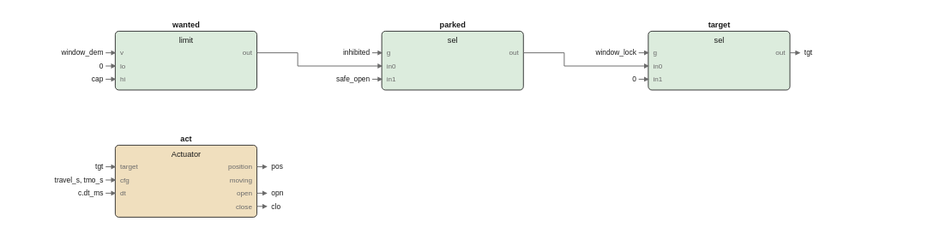
Above: images/logic/windows_fbd.drawio.svg in pstch/botanik2 (draw.io), before the change. Source tidied: cells renumbered, new cells last; positions are measured from the earlier drawing's top-left corner, leaving out a move shared by most shapes.
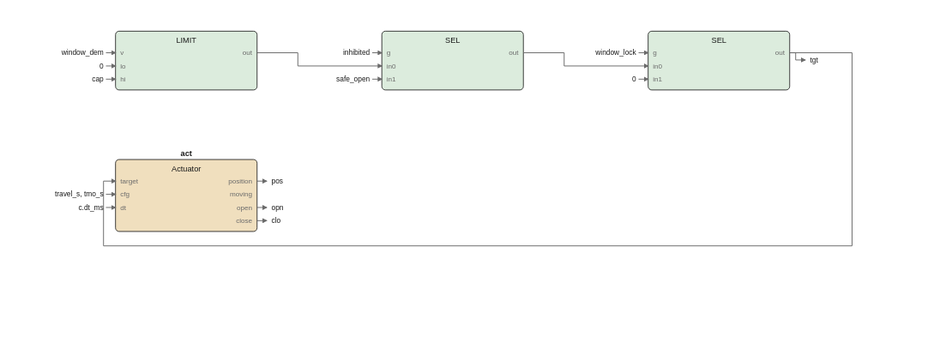
The same file after the commit.

What changed in the source:
```diff
@@ -7,114 +7,126 @@
     </mxCell>
-    <mxCell id="3" value="wanted" style="text;html=1;fontSize=6;fontColor=#1a1a1a;align=center;fontStyle=1;" parent="1" vertex="1">
-      <mxGeometry x="69" y="0.4" width="40" height="10.6" as="geometry" />
+    <mxCell id="3" value="LIMIT" style="text;html=1;fontSize=6;fontColor=#1a1a1a;align=center;" parent="1" vertex="1">
+      <mxGeometry x="69" y="13.4" width="40" height="10.6" as="geometry" />
     </mxCell>
-    <mxCell id="4" value="limit" style="text;html=1;fontSize=6;fontColor=#1a1a1a;align=center;" parent="1" vertex="1">
-      <mxGeometry x="69" y="13.4" width="40" height="10.6" as="geometry" />
+    <mxCell id="4" value="v" style="text;html=1;fontSize=5;fontColor=#6b6b6b;align=left;" parent="1" vertex="1">
+      <mxGeometry x="14" y="24.2" width="40" height="9.8" as="geometry" />
     </mxCell>
-    <mxCell id="5" value="v" style="text;html=1;fontSize=5;fontColor=#6b6b6b;align=left;" parent="1" vertex="1">
-      <mxGeometry x="14" y="24.2" width="40" height="9.8" as="geometry" />
+    <mxCell id="5" value="lo" style="text;html=1;fontSize=5;fontColor=#6b6b6b;align=left;" parent="1" vertex="1">
+      <mxGeometry x="14" y="35.2" width="40" height="9.8" as="geometry" />
     </mxCell>
-    <mxCell id="6" value="lo" style="text;html=1;fontSize=5;fontColor=#6b6b6b;align=left;" parent="1" vertex="1">
-      <mxGeometry x="14" y="35.2" width="40" height="9.8" as="geometry" />
+    <mxCell id="6" value="hi" style="text;html=1;fontSize=5;fontColor=#6b6b6b;align=left;" parent="1" vertex="1">
+      <mxGeometry x="14" y="46.2" width="40" height="9.8" as="geometry" />
     </mxCell>
-    <mxCell id="7" value="hi" style="text;html=1;fontSize=5;fontColor=#6b6b6b;align=left;" parent="1" vertex="1">
-      <mxGeometry x="14" y="46.2" width="40" height="9.8" as="geometry" />
+    <mxCell id="7" value="out" style="text;html=1;fontSize=5;fontColor=#6b6b6b;align=left;" parent="1" vertex="1">
+      <mxGeometry x="124" y="24.2" width="40" height="9.8" as="geometry" />
     </mxCell>
-    <mxCell id="8" value="out" style="text;html=1;fontSize=5;fontColor=#6b6b6b;align=left;" parent="1" vertex="1">
-      <mxGeometry x="124" y="24.2" width="40" height="9.8" as="geometry" />
+    <mxCell id="8" style="rounded=1;fillColor=#dcecdd;strokeColor=#1a1a1a;whiteSpace=wrap;html=1;fontSize=8;" parent="1" vertex="1">
+      <mxGeometry x="232" y="10" width="118" height="49" as="geometry" />
     </mxCell>
-    <mxCell id="9" style="rounded=1;fillColor=#dcecdd;strokeColor=#1a1a1a;whiteSpace=wrap;html=1;fontSize=8;" parent="1" vertex="1">
-      <mxGeometry x="232" y="10" width="118" height="49" as="geometry" />
+    <mxCell id="9" value="SEL" style="text;html=1;fontSize=6;fontColor=#1a1a1a;align=center;" parent="1" vertex="1">
+      <mxGeometry x="291" y="13.4" width="40" height="10.6" as="geometry" />
     </mxCell>
-    <mxCell id="10" value="parked" style="text;html=1;fontSize=6;fontColor=#1a1a1a;align=center;fontStyle=1;" parent="1" vertex="1">
-      <mxGeometry x="291" y="0.4" width="40" height="10.6" as="geometry" />
+    <mxCell id="10" value="g" style="text;html=1;fontSize=5;fontColor=#6b6b6b;align=left;" parent="1" vertex="1">
+      <mxGeometry x="236" y="24.2" width="40" height="9.8" as="geometry" />
     </mxCell>
-    <mxCell id="11" value="sel" style="text;html=1;fontSize=6;fontColor=#1a1a1a;align=center;" parent="1" vertex="1">
-      <mxGeometry x="291" y="13.4" width="40" height="10.6" as="geometry" />
+    <mxCell id="11" value="in0" style="text;html=1;fontSize=5;fontColor=#6b6b6b;align=left;" parent="1" vertex="1">
+      <mxGeometry x="236" y="35.2" width="40" height="9.8" as="geometry" />
     </mxCell>
-    <mxCell id="12" value="g" style="text;html=1;fontSize=5;fontColor=#6b6b6b;align=left;" parent="1" vertex="1">
-      <mxGeometry x="236" y="24.2" width="40" height="9.8" as="geometry" />
+    <mxCell id="12" value="in1" style="text;html=1;fontSize=5;fontColor=#6b6b6b;align=left;" parent="1" vertex="1">
+      <mxGeometry x="236" y="46.2" width="40" height="9.8" as="geometry" />
     </mxCell>
-    <mxCell id="13" value="in0" style="text;html=1;fontSize=5;fontColor=#6b6b6b;align=left;" parent="1" vertex="1">
-      <mxGeometry x="236" y="35.2" width="40" height="9.8" as="geometry" />
+    <mxCell id="13" value="out" style="text;html=1;fontSize=5;fontColor=#6b6b6b;align=left;" parent="1" vertex="1">
+      <mxGeometry x="346" y="24.2" width="40" height="9.8" as="geometry" />
     </mxCell>
-    <mxCell id="14" value="in1" style="text;html=1;fontSize=5;fontColor=#6b6b6b;align=left;" parent="1" vertex="1">
-      <mxGeometry x="236" y="46.2" width="40" height="9.8" as="geometry" />
+    <mxCell id="14" style="rounded=1;fillColor=#dcecdd;strokeColor=#1a1a1a;whiteSpace=wrap;html=1;fontSize=8;" parent="1" vertex="1">
+      <mxGeometry x="454" y="10" width="118" height="49" as="geometry" />
     </mxCell>
-    <mxCell id="15" value="out" style="text;html=1;fontSize=5;fontColor=#6b6b6b;align=left;" parent="1" vertex="1">
-      <mxGeometry x="346" y="24.2" width="40" height="9.8" as="geometry" />
+    <mxCell id="15" value="SEL" style="text;html=1;fontSize=6;fontColor=#1a1a1a;align=center;" parent="1" vertex="1">
+      <mxGeometry x="513" y="13.4" width="40" height="10.6" as="geometry" />
     </mxCell>
-    <mxCell id="16" style="rounded=1;fillColor=#dcecdd;strokeColor=#1a1a1a;whiteSpace=wrap;html=1;fontSize=8;" parent="1" vertex="1">
-      <mxGeometry x="454" y="10" width="118" height="49" as="geometry" />
+    <mxCell id="16" value="g" style="text;html=1;fontSize=5;fontColor=#6b6b6b;align=left;" parent="1" vertex="1">
+      <mxGeometry x="458" y="24.2" width="40" height="9.8" as="geometry" />
     </mxCell>
-    <mxCell id="17" value="target" style="text;html=1;fontSize=6;fontColor=#1a1a1a;align=center;fontStyle=1;" parent="1" vertex="1">
-      <mxGeometry x="513" y="0.4" width="40" height="10.6" as="geometry" />
+    <mxCell id="17" value="in0" style="text;html=1;fontSize=5;fontColor=#6b6b6b;align=left;" parent="1" vertex="1">
+      <mxGeometry x="458" y="35.2" width="40" height="9.8" as="geometry" />
     </mxCell>
-    <mxCell id="18" value="sel" style="text;html=1;fontSize=6;fontColor=#1a1a1a;align=center;" parent="1" vertex="1">
-      <mxGeometry x="513" y="13.4" width="40" height="10.6" as="geometry" />
+    <mxCell id="18" value="in1" style="text;html=1;fontSize=5;fontColor=#6b6b6b;align=left;" parent="1" vertex="1">
+      <mxGeometry x="458" y="46.2" width="40" height="9.8" as="geometry" />
     </mxCell>
-    <mxCell id="19" value="g" style="text;html=1;fontSize=5;fontColor=#6b6b6b;align=left;" parent="1" vertex="1">
-      <mxGeometry x="458" y="24.2" width="40" height="9.8" as="geometry" />
+    <mxCell id="19" value="out" style="text;html=1;fontSize=5;fontColor=#6b6b6b;align=left;" parent="1" vertex="1">
+      <mxGeometry x="568" y="24.2" width="40" height="9.8" as="geometry" />
     </mxCell>
-    <mxCell id="20" value="in0" style="text;html=1;fontSize=5;fontColor=#6b6b6b;align=left;" parent="1" vertex="1">
-      <mxGeometry x="458" y="35.2" width="40" height="9.8" as="geometry" />
+    <mxCell id="20" style="rounded=1;fillColor=#f0dfbe;strokeColor=#1a1a1a;whiteSpace=wrap;html=1;fontSize=8;" parent="1" vertex="1">
+      <mxGeometry x="10" y="117" width="118" height="60" as="geometry" />
     </mxCell>
-    <mxCell id="21" value="in1" style="text;html=1;fontSize=5;fontColor=#6b6b6b;align=left;" parent="1" vertex="1">
-      <mxGeometry x="458" y="46.2" width="40" height="9.8" as="geometry" />
+    <mxCell id="21" value="act" style="text;html=1;fontSize=6;fontColor=#1a1a1a;align=center;fontStyle=1;" parent="1" vertex="1">
+      <mxGeometry x="69" y="107.4" width="40" height="10.6" as="geometry" />
     </mxCell>
-    <mxCell id="22" value="out" style="text;html=1;fontSize=5;fontColor=#6b6b6b;align=left;" parent="1" vertex="1">
-      <mxGeometry x="568" y="24.2" width="40" height="9.8" as="geometry" />
+    <mxCell id="22" value="Actuator" style="text;html=1;fontSize=6;fontColor=#1a1a1a;align=center;" parent="1" vertex="1">
+      <mxGeometry x="69" y="120.4" width="40" height="10.6" as="geometry" />
     </mxCell>
-    <mxCell id="23" style="rounded=1;fillColor=#f0dfbe;strokeColor=#1a1a1a;whiteSpace=wrap;html=1;fontSize=8;" parent="1" vertex="1">
-      <mxGeometry x="10" y="105" width="118" height="60" as="geometry" />
+    <mxCell id="23" value="target" style="text;html=1;fontSize=5;fontColor=#6b6b6b;align=left;" parent="1" vertex="1">
+      <mxGeometry x="14" y="131.2" width="40" height="9.8" as="geometry" />
     </mxCell>
-    <mxCell id="24" value="act" style="text;html=1;fontSize=6;fontColor=#1a1a1a;align=center;fontStyle=1;" parent="1" vertex="1">
-      <mxGeometry x="69" y="95.4" width="40" height="10.6" as="geometry" />
+    <mxCell id="24" value="cfg" style="text;html=1;fontSize=5;fontColor=#6b6b6b;align=left;" parent="1" vertex="1">
+      <mxGeometry x="14" y="142.2" width="40" height="9.8" as="geometry" />
     </mxCell>
-    <mxCell id="25" value="Actuator" style="text;html=1;fontSize=6;fontColor=#1a1a1a;align=center;" parent="1" vertex="1">
-      <mxGeometry x="69" y="108.4" width="40" height="10.6" as="geometry" />
+    <mxCell id="25" value="dt" style="text;html=1;fontSize=5;fontColor=#6b6b6b;align=left;" parent="1" vertex="1">
+      <mxGeometry x="14" y="153.2" width="40" height="9.8" as="geometry" />
     </mxCell>
-    <mxCell id="26" value="target" style="text;html=1;fontSize=5;fontColor=#6b6b6b;align=left;" parent="1" vertex="1">
-      <mxGeometry x="14" y="119.2" width="40" height="9.8" as="geometry" />
+    <mxCell id="26" value="position" style="text;html=1;fontSize=5;fontColor=#6b6b6b;align=left;" parent="1" vertex="1">
+      <mxGeometry x="124" y="131.2" width="40" height="9.8" as="geometry" />
     </mxCell>
-    <mxCell id="27" value="cfg" style="text;html=1;fontSize=5;fontColor=#6b6b6b;align=left;" parent="1" vertex="1">
-      <mxGeometry x="14" y="130.2" width="40" height="9.8" as="geometry" />
+    <mxCell id="27" value="moving" style="text;html=1;fontSize=5;fontColor=#6b6b6b;align=left;" parent="1" vertex="1">
+      <mxGeometry x="124" y="142.2" width="40" height="9.8" as="geometry" />
     </mxCell>
-    <mxCell id="28" value="dt" style="text;html=1;fontSize=5;fontColor=#6b6b6b;align=left;" parent="1" vertex="1">
-      <mxGeometry x="14" y="141.2" width="40" height="9.8" as="geometry" />
+    <mxCell id="28" value="open" style="text;html=1;fontSize=5;fontColor=#6b6b6b;align=left;" parent="1" vertex="1">
+      <mxGeometry x="124" y="153.2" width="40" height="9.8" as="geometry" />
     </mxCell>
-    <mxCell id="29" value="position" style="text;html=1;fontSize=5;fontColor=#6b6b6b;align=left;" parent="1" vertex="1">
-      <mxGeometry x="124" y="119.2" width="40" height="9.8" as="geometry" />
+    <mxCell id="29" value="close" style="text;html=1;fontSize=5;fontColor=#6b6b6b;align=left;" parent="1" vertex="1">
+      <mxGeometry x="124" y="164.2" width="40" height="9.8" as="geometry" />
     </mxCell>
-    <mxCell id="30" value="moving" style="text;html=1;fontSize=5;fontColor=#6b6b6b;align=left;" parent="1" vertex="1">
-      <mxGeometry x="124" y="130.2" width="40" height="9.8" as="geometry" />
-    </mxCell>
-    <mxCell id="31" value="open" style="text;html=1;fontSize=5;fontColor=#6b6b6b;align=left;" parent="1" vertex="1">
-      <mxGeometry x="124" y="141.2" width="40" height="9.8" as="geometry" />
-    </mxCell>
-    <mxCell id="32" value="close" style="text;html=1;fontSize=5;fontColor=#6b6b6b;align=left;" parent="1" vertex="1">
-      <mxGeometry x="124" y="152.2" width="40" height="9.8" as="geometry" />
-    </mxCell>
-    <mxCell id="33" style="edgeStyle=none;html=1;strokeColor=#6b6b6b;endArrow=block;" parent="1" edge="1">
-      <mxGeometry relative="1" as="geometry">
-        <mxPoint x="128" y="28" as="sourcePoint" />
-        <mxPoint x="232" y="39" as="targetPoint" />
-        <Array as="points">
-          <mxPoint x="162" y="28" />
-          <mxPoint x="162" y="39" />
-        </Array>
-      </mxGeometry>
-    </mxCell>
+    <mxCell id="63" style="edgeStyle=none;html=1;strokeColor=#6b6b6b;endArrow=block;" parent="1" edge="1">
+      <mxGeometry relative="1" as="geometry">
+        <mxPoint x="128" y="28" as="sourcePoint" />
+        <mxPoint x="232" y="39" as="targetPoint" />
+        <Array as="points">
+          <mxPoint x="162" y="28" />
+          <mxPoint x="162" y="39" />
+        </Array>
+      </mxGeometry>
+    </mxCell>
+    <mxCell id="64" style="edgeStyle=none;html=1;strokeColor=#6b6b6b;endArrow=block;" parent="1" edge="1">
+      <mxGeometry relative="1" as="geometry">
+        <mxPoint x="350" y="28" as="sourcePoint" />
+        <mxPoint x="454" y="39" as="targetPoint" />
+        <Array as="points">
+          <mxPoint x="384" y="28" />
+          <mxPoint x="384" y="39" />
+        </Array>
+      </mxGeometry>
+    </mxCell>
+    <mxCell id="65" style="edgeStyle=none;html=1;strokeColor=#6b6b6b;endArrow=block;" parent="1" edge="1">
+      <mxGeometry relative="1" as="geometry">
+        <mxPoint x="572" y="28" as="sourcePoint" />
+        <mxPoint x="10" y="135" as="targetPoint" />
+        <Array as="points">
+          <mxPoint x="624" y="28" />
+          <mxPoint x="624" y="189" />
+          <mxPoint y="189" />
+          <mxPoint y="135" />
+        </Array>
+      </mxGeometry>
+    </mxCell>
+    <mxCell id="66" value="window_dem" style="text;html=1;fontSize=6;fontColor=#1a1a1a;align=left;" parent="1" vertex="1">
+      <mxGeometry y="24" width="50" height="10" as="geometry" />
+    </mxCell>
     <mxCell id="34" style="edgeStyle=none;html=1;strokeColor=#6b6b6b;endArrow=block;" parent="1" edge="1">
       <mxGeometry relative="1" as="geometry">
-        <mxPoint x="350" y="28" as="sourcePoint" />
-        <mxPoint x="454" y="39" as="targetPoint" />
-        <Array as="points">
-          <mxPoint x="384" y="28" />
-          <mxPoint x="384" y="39" />
-        </Array>
+        <mxPoint x="2" y="28" as="sourcePoint" />
+        <mxPoint x="10" y="28" as="targetPoint" />
       </mxGeometry>
     </mxCell>
-    <mxCell id="35" value="window_dem" style="text;html=1;fontSize=6;fontColor=#1a1a1a;align=left;" parent="1" vertex="1">
-      <mxGeometry y="24" width="50" height="10" as="geometry" />
+    <mxCell id="35" value="0" style="text;html=1;fontSize=6;fontColor=#1a1a1a;align=left;" parent="1" vertex="1">
+      <mxGeometry y="35" width="40" height="10" as="geometry" />
     </mxCell>
@@ -122,8 +134,8 @@
       <mxGeometry relative="1" as="geometry">
-        <mxPoint x="2" y="28" as="sourcePoint" />
-        <mxPoint x="10" y="28" as="targetPoint" />
+        <mxPoint x="2" y="39" as="sourcePoint" />
+        <mxPoint x="10" y="39" as="targetPoint" />
       </mxGeometry>
     </mxCell>
-    <mxCell id="37" value="0" style="text;html=1;fontSize=6;fontColor=#1a1a1a;align=left;" parent="1" vertex="1">
-      <mxGeometry y="35" width="40" height="10" as="geometry" />
+    <mxCell id="37" value="cap" style="text;html=1;fontSize=6;fontColor=#1a1a1a;align=left;" parent="1" vertex="1">
+      <mxGeometry y="46" width="40" height="10" as="geometry" />
     </mxCell>
@@ -131,8 +143,8 @@
       <mxGeometry relative="1" as="geometry">
-        <mxPoint x="2" y="39" as="sourcePoint" />
-        <mxPoint x="10" y="39" as="targetPoint" />
+        <mxPoint x="2" y="50" as="sourcePoint" />
+        <mxPoint x="10" y="50" as="targetPoint" />
       </mxGeometry>
     </mxCell>
-    <mxCell id="39" value="cap" style="text;html=1;fontSize=6;fontColor=#1a1a1a;align=left;" parent="1" vertex="1">
-      <mxGeometry y="46" width="40" height="10" as="geometry" />
+    <mxCell id="39" value="inhibited" style="text;html=1;fontSize=6;fontColor=#1a1a1a;align=left;" parent="1" vertex="1">
+      <mxGeometry x="222" y="24" width="45" height="10" as="geometry" />
     </mxCell>
@@ -140,8 +152,8 @@
       <mxGeometry relative="1" as="geometry">
-        <mxPoint x="2" y="50" as="sourcePoint" />
-        <mxPoint x="10" y="50" as="targetPoint" />
+        <mxPoint x="224" y="28" as="sourcePoint" />
+        <mxPoint x="232" y="28" as="targetPoint" />
       </mxGeometry>
     </mxCell>
-    <mxCell id="41" value="inhibited" style="text;html=1;fontSize=6;fontColor=#1a1a1a;align=left;" parent="1" vertex="1">
-      <mxGeometry x="222" y="24" width="45" height="10" as="geometry" />
+    <mxCell id="41" value="safe_open" style="text;html=1;fontSize=6;fontColor=#1a1a1a;align=left;" parent="1" vertex="1">
+      <mxGeometry x="222" y="46" width="45" height="10" as="geometry" />
     </mxCell>
@@ -149,8 +161,8 @@
       <mxGeometry relative="1" as="geometry">
-        <mxPoint x="224" y="28" as="sourcePoint" />
-        <mxPoint x="232" y="28" as="targetPoint" />
+        <mxPoint x="224" y="50" as="sourcePoint" />
+        <mxPoint x="232" y="50" as="targetPoint" />
       </mxGeometry>
     </mxCell>
-    <mxCell id="43" value="safe_open" style="text;html=1;fontSize=6;fontColor=#1a1a1a;align=left;" parent="1" vertex="1">
-      <mxGeometry x="222" y="46" width="45" height="10" as="geometry" />
+    <mxCell id="43" value="window_lock" style="text;html=1;fontSize=6;fontColor=#1a1a1a;align=left;" parent="1" vertex="1">
+      <mxGeometry x="444" y="24" width="55" height="10" as="geometry" />
     </mxCell>
@@ -158,8 +170,8 @@
       <mxGeometry relative="1" as="geometry">
-        <mxPoint x="224" y="50" as="sourcePoint" />
-        <mxPoint x="232" y="50" as="targetPoint" />
+        <mxPoint x="446" y="28" as="sourcePoint" />
+        <mxPoint x="454" y="28" as="targetPoint" />
       </mxGeometry>
     </mxCell>
-    <mxCell id="45" value="window_lock" style="text;html=1;fontSize=6;fontColor=#1a1a1a;align=left;" parent="1" vertex="1">
-      <mxGeometry x="444" y="24" width="55" height="10" as="geometry" />
+    <mxCell id="45" value="0" style="text;html=1;fontSize=6;fontColor=#1a1a1a;align=left;" parent="1" vertex="1">
+      <mxGeometry x="444" y="46" width="40" height="10" as="geometry" />
     </mxCell>
@@ -167,8 +179,8 @@
       <mxGeometry relative="1" as="geometry">
-        <mxPoint x="446" y="28" as="sourcePoint" />
-        <mxPoint x="454" y="28" as="targetPoint" />
+        <mxPoint x="446" y="50" as="sourcePoint" />
+        <mxPoint x="454" y="50" as="targetPoint" />
       </mxGeometry>
     </mxCell>
-    <mxCell id="47" value="0" style="text;html=1;fontSize=6;fontColor=#1a1a1a;align=left;" parent="1" vertex="1">
-      <mxGeometry x="444" y="46" width="40" height="10" as="geometry" />
+    <mxCell id="47" value="travel_s, tmo_s" style="text;html=1;fontSize=6;fontColor=#1a1a1a;align=left;" parent="1" vertex="1">
+      <mxGeometry y="142" width="75" height="10" as="geometry" />
     </mxCell>
@@ -176,8 +188,8 @@
       <mxGeometry relative="1" as="geometry">
-        <mxPoint x="446" y="50" as="sourcePoint" />
-        <mxPoint x="454" y="50" as="targetPoint" />
+        <mxPoint x="2" y="146" as="sourcePoint" />
+        <mxPoint x="10" y="146" as="targetPoint" />
       </mxGeometry>
     </mxCell>
-    <mxCell id="49" value="tgt" style="text;html=1;fontSize=6;fontColor=#1a1a1a;align=left;" parent="1" vertex="1">
-      <mxGeometry y="119" width="40" height="10" as="geometry" />
+    <mxCell id="49" value="c.dt_ms" style="text;html=1;fontSize=6;fontColor=#1a1a1a;align=left;" parent="1" vertex="1">
+      <mxGeometry y="153" width="40" height="10" as="geometry" />
     </mxCell>
@@ -185,32 +197,36 @@
       <mxGeometry relative="1" as="geometry">
-        <mxPoint x="2" y="123" as="sourcePoint" />
-        <mxPoint x="10" y="123" as="targetPoint" />
+        <mxPoint x="2" y="157" as="sourcePoint" />
+        <mxPoint x="10" y="157" as="targetPoint" />
       </mxGeometry>
     </mxCell>
-    <mxCell id="51" value="travel_s, tmo_s" style="text;html=1;fontSize=6;fontColor=#1a1a1a;align=left;" parent="1" vertex="1">
-      <mxGeometry y="130" width="75" height="10" as="geometry" />
-    </mxCell>
-    <mxCell id="52" style="edgeStyle=none;html=1;strokeColor=#6b6b6b;endArrow=block;" parent="1" edge="1">
-      <mxGeometry relative="1" as="geometry">
-        <mxPoint x="2" y="134" as="sourcePoint" />
-        <mxPoint x="10" y="134" as="targetPoint" />
-      </mxGeometry>
-    </mxCell>
-    <mxCell id="53" value="c.dt_ms" style="text;html=1;fontSize=6;fontColor=#1a1a1a;align=left;" parent="1" vertex="1">
-      <mxGeometry y="141" width="40" height="10" as="geometry" />
-    </mxCell>
-    <mxCell id="54" style="edgeStyle=none;html=1;strokeColor=#6b6b6b;endArrow=block;" parent="1" edge="1">
-      <mxGeometry relative="1" as="geometry">
-        <mxPoint x="2" y="145" as="sourcePoint" />
-        <mxPoint x="10" y="145" as="targetPoint" />
-      </mxGeometry>
-    </mxCell>
+    <mxCell id="67" style="edgeStyle=none;html=1;strokeColor=#6b6b6b;endArrow=block;" parent="1" edge="1">
+      <mxGeometry relative="1" as="geometry">
+        <mxPoint x="572" y="28" as="sourcePoint" />
+        <mxPoint x="585" y="34" as="targetPoint" />
+        <Array as="points">
+          <mxPoint x="577" y="28" />
+          <mxPoint x="577" y="34" />
+        </Array>
+      </mxGeometry>
+    </mxCell>
+    <mxCell id="68" value="tgt" style="text;html=1;fontSize=6;fontColor=#1a1a1a;align=left;" parent="1" vertex="1">
+      <mxGeometry x="589" y="30" width="40" height="10" as="geometry" />
+    </mxCell>
+    <mxCell id="69" style="edgeStyle=none;html=1;strokeColor=#6b6b6b;endArrow=block;" parent="1" edge="1">
+      <mxGeometry relative="1" as="geometry">
+        <mxPoint x="128" y="135" as="sourcePoint" />
+        <mxPoint x="136" y="135" as="targetPoint" />
+      </mxGeometry>
+    </mxCell>
+    <mxCell id="70" value="pos" style="text;html=1;fontSize=6;fontColor=#1a1a1a;align=left;" parent="1" vertex="1">
+      <mxGeometry x="140" y="131" width="40" height="10" as="geometry" />
+    </mxCell>
     <mxCell id="55" style="edgeStyle=none;html=1;strokeColor=#6b6b6b;endArrow=block;" parent="1" edge="1">
       <mxGeometry relative="1" as="geometry">
-        <mxPoint x="572" y="28" as="sourcePoint" />
-        <mxPoint x="580" y="28" as="targetPoint" />
+        <mxPoint x="128" y="157" as="sourcePoint" />
+        <mxPoint x="136" y="157" as="targetPoint" />
       </mxGeometry>
     </mxCell>
-    <mxCell id="56" value="tgt" style="text;html=1;fontSize=6;fontColor=#1a1a1a;align=left;" parent="1" vertex="1">
-      <mxGeometry x="584" y="24" width="40" height="10" as="geometry" />
+    <mxCell id="56" value="opn" style="text;html=1;fontSize=6;fontColor=#1a1a1a;align=left;" parent="1" vertex="1">
+      <mxGeometry x="140" y="153" width="40" height="10" as="geometry" />
     </mxCell>
@@ -218,27 +234,9 @@
       <mxGeometry relative="1" as="geometry">
-        <mxPoint x="128" y="123" as="sourcePoint" />
-        <mxPoint x="136" y="123" as="targetPoint" />
+        <mxPoint x="128" y="168" as="sourcePoint" />
+        <mxPoint x="136" y="168" as="targetPoint" />
       </mxGeometry>
     </mxCell>
-    <mxCell id="58" value="pos" style="text;html=1;fontSize=6;fontColor=#1a1a1a;align=left;" parent="1" vertex="1">
-      <mxGeometry x="140" y="119" width="40" height="10" as="geometry" />
+    <mxCell id="58" value="clo" style="text;html=1;fontSize=6;fontColor=#1a1a1a;align=left;" parent="1" vertex="1">
+      <mxGeometry x="140" y="164" width="40" height="10" as="geometry" />
     </mxCell>
-    <mxCell id="59" style="edgeStyle=none;html=1;strokeColor=#6b6b6b;endArrow=block;" parent="1" edge="1">
-      <mxGeometry relative="1" as="geometry">
-        <mxPoint x="128" y="145" as="sourcePoint" />
-        <mxPoint x="136" y="145" as="targetPoint" />
-      </mxGeometry>
-    </mxCell>
-    <mxCell id="60" value="opn" style="text;html=1;fontSize=6;fontColor=#1a1a1a;align=left;" parent="1" vertex="1">
-      <mxGeometry x="140" y="141" width="40" height="10" as="geometry" />
-    </mxCell>
-    <mxCell id="61" style="edgeStyle=none;html=1;strokeColor=#6b6b6b;endArrow=block;" parent="1" edge="1">
-      <mxGeometry relative="1" as="geometry">
-        <mxPoint x="128" y="156" as="sourcePoint" />
-        <mxPoint x="136" y="156" as="targetPoint" />
-      </mxGeometry>
-    </mxCell>
-    <mxCell id="62" value="clo" style="text;html=1;fontSize=6;fontColor=#1a1a1a;align=left;" parent="1" vertex="1">
-      <mxGeometry x="140" y="152" width="40" height="10" as="geometry" />
-    </mxCell>
   </root>
```
